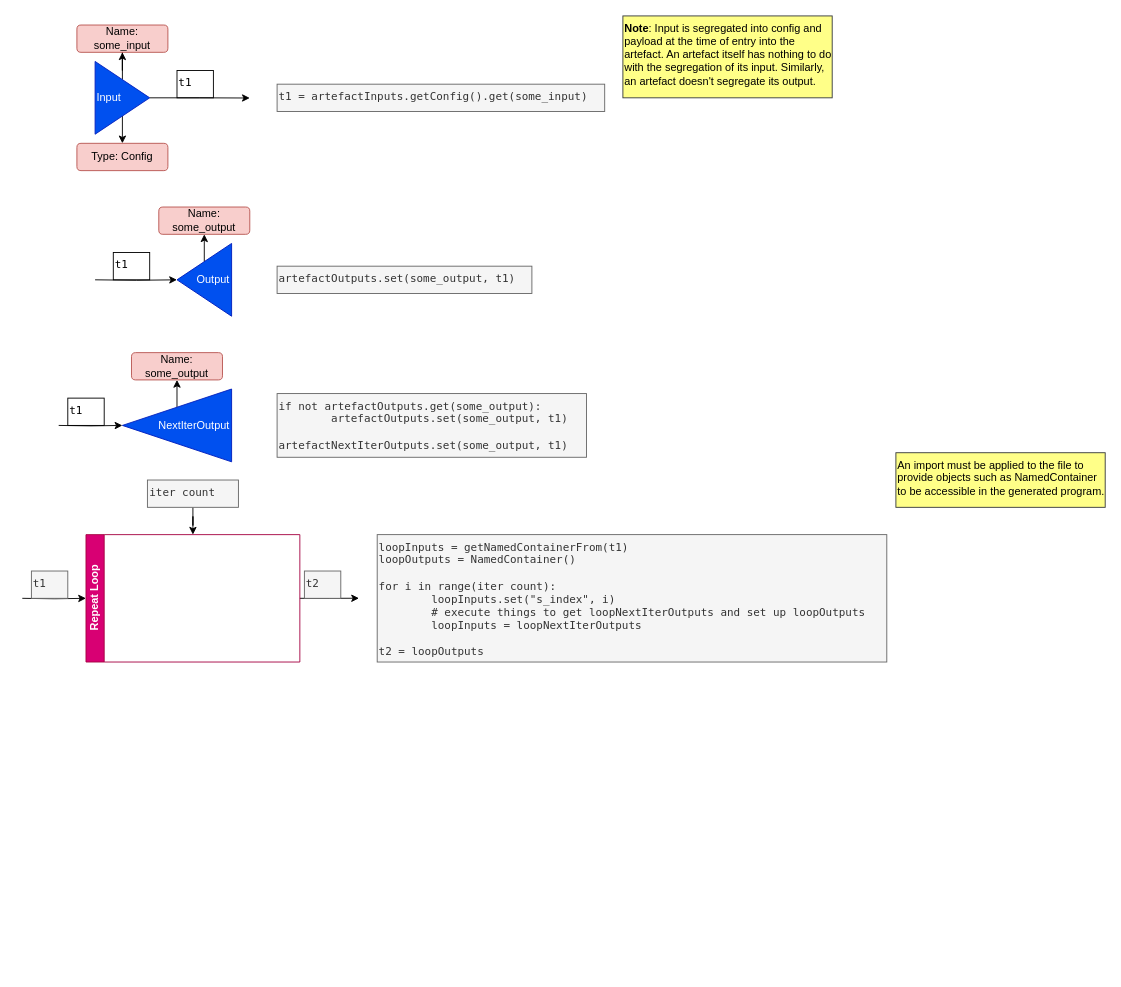
Earlier version of the draw.io diagram New Language Examples/Basic Node Usage.drawio (rohan843/dnncase). Source tidied: cells renumbered, new cells numbered last; positions are measured from the earlier drawing's top-left corner, leaving out a move shared by most shapes. Both pictures are drawn from the tidied source at 91%, with x=0, y=0 at pixel (22, 15).
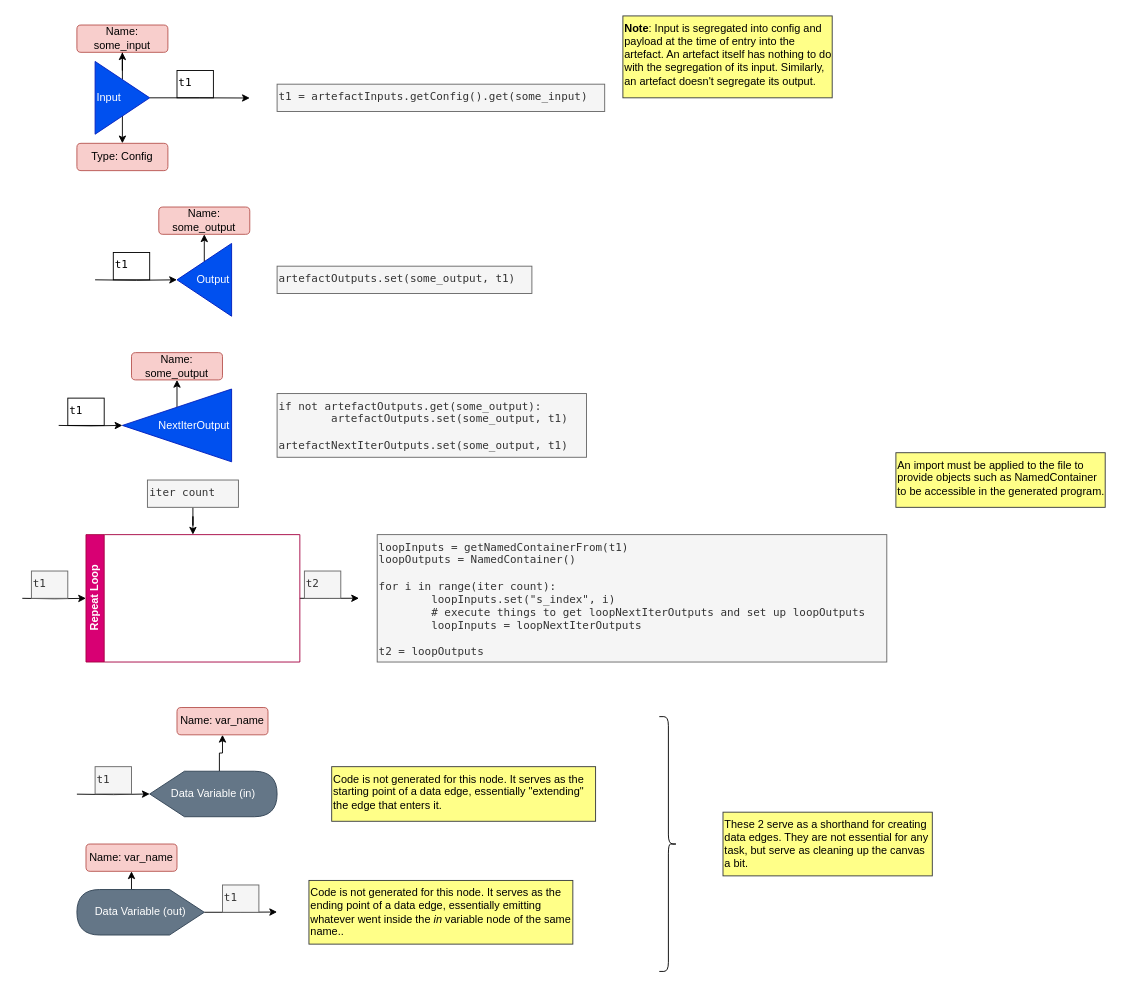
Above is the later version.

Commit message:
doc: finish data variable description

What changed in the source:
```diff
@@
+    <mxCell id="32" style="edgeStyle=orthogonalEdgeStyle;rounded=0;jettySize=auto;html=1;exitX=0;exitY=0.5;exitDx=0;exitDy=0;exitPerimeter=0;entryX=0;entryY=0.5;entryDx=0;entryDy=0;entryPerimeter=0;" parent="1" edge="1" target="34">
+      <mxGeometry relative="1" as="geometry">
+        <mxPoint x="60" y="855.2" as="sourcePoint" />
+      </mxGeometry>
+    </mxCell>
+    <mxCell id="33" style="edgeStyle=orthogonalEdgeStyle;rounded=0;jettySize=auto;html=1;exitX=0;exitY=0;exitDx=76.5909090909091;exitDy=0;exitPerimeter=0;" parent="1" edge="1" source="34" target="35">
+      <mxGeometry relative="1" as="geometry" />
+    </mxCell>
+    <mxCell id="34" value="Data Variable (in)" style="shape=display;whiteSpace=wrap;html=1;fillColor=#647687;strokeColor=#314354;fontColor=#ffffff;size=0.2727272727272727;" parent="1" vertex="1">
+      <mxGeometry x="140" y="830" width="140" height="50" as="geometry" />
+    </mxCell>
+    <mxCell id="35" value="Name: var_name" style="rounded=1;whiteSpace=wrap;html=1;fillColor=#f8cecc;strokeColor=#b85450;" parent="1" vertex="1">
+      <mxGeometry x="170" y="760" width="100" height="30" as="geometry" />
+    </mxCell>
+    <mxCell id="36" value="Code is not generated for this node. It serves as the starting point of a data edge, essentially &quot;extending&quot; the edge that enters it." style="text;html=1;strokeColor=#36393d;fillColor=#ffff88;align=left;verticalAlign=top;whiteSpace=wrap;rounded=0;fixedWidth=1;" parent="1" vertex="1">
+      <mxGeometry x="340" y="825" width="290" height="60" as="geometry" />
+    </mxCell>
+    <mxCell id="37" style="edgeStyle=orthogonalEdgeStyle;rounded=0;jettySize=auto;html=1;exitX=0;exitY=0.5;exitDx=0;exitDy=0;exitPerimeter=0;" parent="1" edge="1" source="39">
+      <mxGeometry relative="1" as="geometry">
+        <mxPoint x="280" y="984.7" as="targetPoint" />
+      </mxGeometry>
+    </mxCell>
+    <mxCell id="38" style="edgeStyle=orthogonalEdgeStyle;rounded=0;jettySize=auto;html=1;exitX=0;exitY=0;exitDx=76.5909090909091;exitDy=50;exitPerimeter=0;entryX=0.5;entryY=1;entryDx=0;entryDy=0;" parent="1" edge="1" source="39" target="40">
+      <mxGeometry relative="1" as="geometry" />
+    </mxCell>
+    <mxCell id="39" value="Data Variable (out)" style="shape=display;whiteSpace=wrap;html=1;fillColor=#647687;strokeColor=#314354;fontColor=#ffffff;size=0.2727272727272727;direction=west;" parent="1" vertex="1">
+      <mxGeometry x="60" y="960" width="140" height="50" as="geometry" />
+    </mxCell>
+    <mxCell id="40" value="Name: var_name" style="rounded=1;whiteSpace=wrap;html=1;fillColor=#f8cecc;strokeColor=#b85450;" parent="1" vertex="1">
+      <mxGeometry x="70" y="910" width="100" height="30" as="geometry" />
+    </mxCell>
+    <mxCell id="41" value="t1" style="text;html=1;align=left;verticalAlign=top;whiteSpace=wrap;rounded=0;fontFamily=Lucida Console;fillColor=#f5f5f5;fontColor=#333333;strokeColor=#666666;" parent="1" vertex="1">
+      <mxGeometry x="80" y="825" width="40" height="30" as="geometry" />
+    </mxCell>
+    <mxCell id="42" value="t1" style="text;html=1;align=left;verticalAlign=top;whiteSpace=wrap;rounded=0;fontFamily=Lucida Console;fillColor=#f5f5f5;fontColor=#333333;strokeColor=#666666;" parent="1" vertex="1">
+      <mxGeometry x="220" y="955" width="40" height="30" as="geometry" />
+    </mxCell>
+    <mxCell id="43" value="Code is not generated for this node. It serves as the ending point of a data edge, essentially emitting whatever went inside the &lt;i&gt;in&lt;/i&gt;&amp;nbsp;variable node of the same name.." style="text;html=1;strokeColor=#36393d;fillColor=#ffff88;align=left;verticalAlign=top;whiteSpace=wrap;rounded=0;fixedWidth=1;" parent="1" vertex="1">
+      <mxGeometry x="315" y="950" width="290" height="70" as="geometry" />
+    </mxCell>
+    <mxCell id="44" style="shape=curlyBracket;whiteSpace=wrap;html=1;rounded=1;flipH=1;labelPosition=right;verticalLabelPosition=middle;align=left;verticalAlign=middle;" parent="1" vertex="1">
+      <mxGeometry x="700" y="770" width="20" height="280" as="geometry" />
+    </mxCell>
+    <mxCell id="45" value="These 2 serve as a shorthand for creating data edges. They are not essential for any task, but serve as cleaning up the canvas a bit." style="text;html=1;strokeColor=#36393d;fillColor=#ffff88;align=left;verticalAlign=top;whiteSpace=wrap;rounded=0;fixedWidth=1;" parent="1" vertex="1">
+      <mxGeometry x="770" y="875" width="230" height="70" as="geometry" />
+    </mxCell>
```
